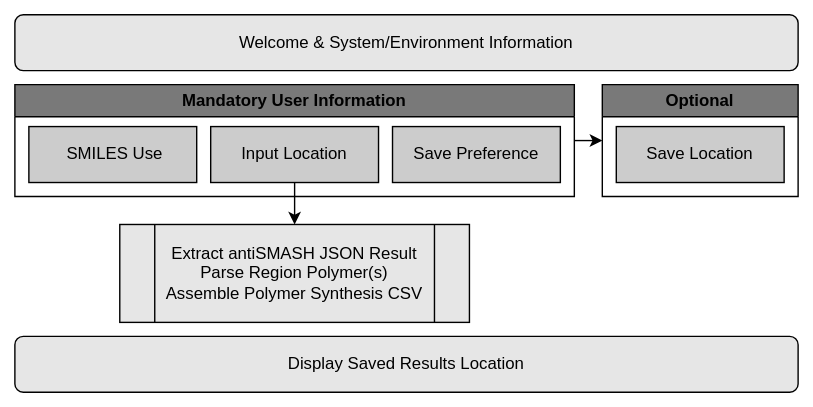
Earlier version of the draw.io export images/synthesis_overview.svg (Parkinson-NP/MIE-2024). Source tidied: cells renumbered, new cells last; positions are measured from the earlier drawing's top-left corner, leaving out a move shared by most shapes.
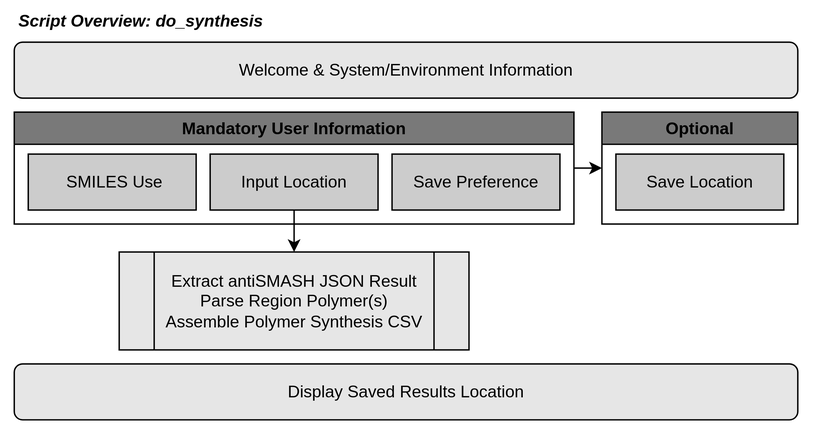
Above is the later version.

The edit, as a diff of the source:
```diff
@@ -2,10 +2,10 @@
   <root>
     <mxCell id="0" />
     <mxCell id="1" parent="0" />
-    <mxCell id="2" style="rounded=0;whiteSpace=wrap;html=1;fillColor=none;strokeColor=none;" parent="1" vertex="1">
+    <mxCell id="2" style="rounded=0;whiteSpace=wrap;html=1;fillColor=none;strokeColor=none;fontFamily=Arial;fontSource=https%3A%2F%2Ffonts.googleapis.com%2Fcss%3Ffamily%3DArial;fontColor=#000000;" parent="1" vertex="1">
       <mxGeometry width="580" height="290" as="geometry" />
     </mxCell>
-    <mxCell id="3" style="edgeStyle=none;html=1;exitX=0.5;exitY=1;exitDx=0;exitDy=0;entryX=0.5;entryY=0;entryDx=0;entryDy=0;strokeColor=#000000;fontFamily=Tahoma;fontSize=12;fontColor=#000000;fillColor=#CCCCCC;" parent="1" edge="1" target="x">
+    <mxCell id="3" style="edgeStyle=none;html=1;exitX=0.5;exitY=1;exitDx=0;exitDy=0;entryX=0.5;entryY=0;entryDx=0;entryDy=0;strokeColor=#000000;fontFamily=Tahoma;fontSize=12;fontColor=#000000;fillColor=#CCCCCC;" parent="1" edge="1">
       <mxGeometry relative="1" as="geometry">
         <mxPoint x="210" y="130" as="sourcePoint" />
       </mxGeometry>
@@ -40,8 +40,11 @@
     <mxCell id="13" style="edgeStyle=orthogonalEdgeStyle;rounded=0;jettySize=auto;html=1;exitX=1;exitY=0.5;exitDx=0;exitDy=0;entryX=0;entryY=0.5;entryDx=0;entryDy=0;fontColor=#000000;fontFamily=Arial;fontSource=https%3A%2F%2Ffonts.googleapis.com%2Fcss%3Ffamily%3DArial;strokeColor=#000000;" parent="1" edge="1" source="6" target="11">
       <mxGeometry relative="1" as="geometry" />
     </mxCell>
-    <mxCell id="14" style="edgeStyle=none;html=1;exitX=0.5;exitY=1;exitDx=0;exitDy=0;entryX=0.5;entryY=0;entryDx=0;entryDy=0;strokeColor=#000000;fontFamily=Tahoma;fontSize=12;fontColor=#000000;fillColor=#CCCCCC;" parent="1" edge="1" source="9" target="10">
+    <mxCell id="14" style="edgeStyle=none;html=1;exitX=0.5;exitY=1;exitDx=0;exitDy=0;entryX=0.5;entryY=0;entryDx=0;entryDy=0;strokeColor=#000000;fontFamily=Arial;fontSize=12;fontColor=#000000;fillColor=#CCCCCC;fontSource=https%3A%2F%2Ffonts.googleapis.com%2Fcss%3Ffamily%3DArial;" parent="1" edge="1" source="9" target="10">
       <mxGeometry relative="1" as="geometry" />
     </mxCell>
+    <mxCell id="15" value="&lt;b&gt;&lt;i&gt;&lt;font&gt;Script Overview: do_synthesis&lt;/font&gt;&lt;/i&gt;&lt;/b&gt;" style="text;html=1;align=center;verticalAlign=middle;strokeColor=none;fillColor=none;fontColor=#000000;fontFamily=Arial;fontSource=https%3A%2F%2Ffonts.googleapis.com%2Fcss%3Ffamily%3DArial;" parent="1" vertex="1">
+      <mxGeometry y="-20" width="200" height="30" as="geometry" />
+    </mxCell>
   </root>
 </mxGraphModel>
```
